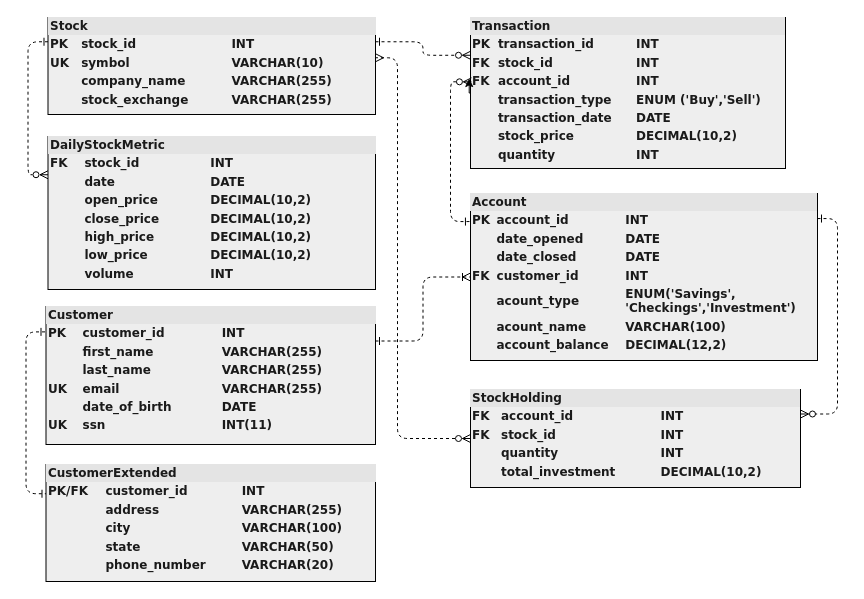
This is diagrams/database/database_.drawio from jaywhtlw45/Finance-Data-Management, a draw.io file, before an edit. Source tidied: cells renumbered, new cells numbered last; positions are measured from the earlier drawing's top-left corner, leaving out a move shared by most shapes. Both pictures are drawn from the tidied source at 100%, with x=0, y=0 at pixel (45, 17).
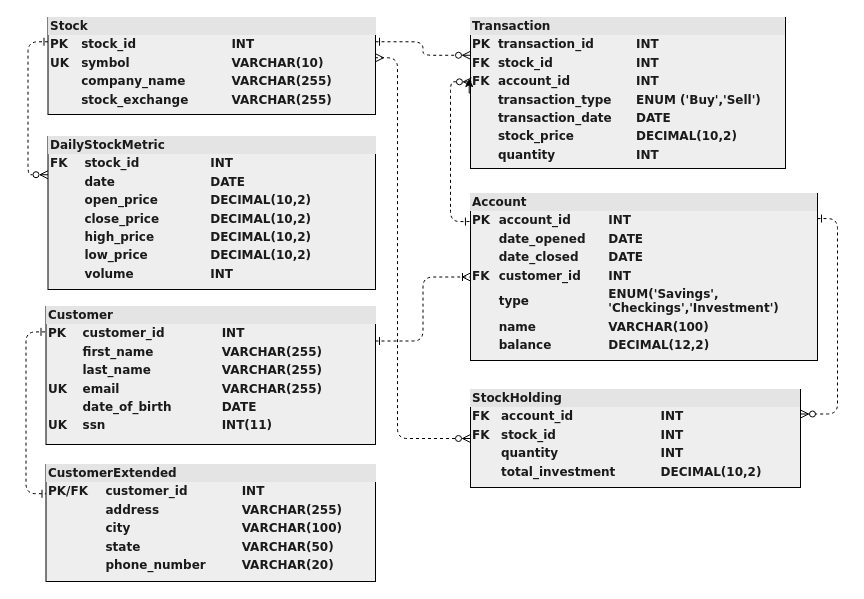
The same diagram, later.

Diff of the diagram source:
```diff
@@
-    <mxCell id="7" value="&lt;div style=&quot;box-sizing: border-box ; width: 100% ; background: #e4e4e4 ; padding: 2px&quot;&gt;Account&lt;/div&gt;&lt;table style=&quot;width: 100% ; font-size: 1em&quot; cellpadding=&quot;2&quot; cellspacing=&quot;0&quot;&gt;&lt;tbody&gt;&lt;tr&gt;&lt;td&gt;PK&lt;/td&gt;&lt;td&gt;account_id&lt;/td&gt;&lt;td&gt;INT&lt;/td&gt;&lt;/tr&gt;&lt;tr&gt;&lt;td&gt;&lt;br&gt;&lt;/td&gt;&lt;td&gt;date_opened&lt;/td&gt;&lt;td&gt;DATE&lt;/td&gt;&lt;/tr&gt;&lt;tr&gt;&lt;td&gt;&lt;br&gt;&lt;/td&gt;&lt;td&gt;date_closed&lt;/td&gt;&lt;td&gt;DATE&lt;/td&gt;&lt;/tr&gt;&lt;tr&gt;&lt;td&gt;FK&lt;/td&gt;&lt;td&gt;customer_id&lt;br&gt;&lt;/td&gt;&lt;td&gt;INT&lt;/td&gt;&lt;/tr&gt;&lt;tr&gt;&lt;td&gt;&lt;br&gt;&lt;/td&gt;&lt;td&gt;acount_type&lt;/td&gt;&lt;td&gt;ENUM('Savings',&lt;br&gt;'Checkings','Investment')&lt;br&gt;&lt;/td&gt;&lt;/tr&gt;&lt;tr&gt;&lt;td&gt;&lt;br&gt;&lt;/td&gt;&lt;td&gt;acount_name&lt;/td&gt;&lt;td&gt;VARCHAR(100)&lt;/td&gt;&lt;/tr&gt;&lt;tr&gt;&lt;td&gt;&lt;br&gt;&lt;/td&gt;&lt;td&gt;account_balance&lt;/td&gt;&lt;td&gt;DECIMAL(12,2)&lt;/td&gt;&lt;/tr&gt;&lt;tr&gt;&lt;td&gt;&lt;br&gt;&lt;/td&gt;&lt;td&gt;&lt;br&gt;&lt;/td&gt;&lt;td&gt;&lt;br&gt;&lt;/td&gt;&lt;/tr&gt;&lt;/tbody&gt;&lt;/table&gt;" style="verticalAlign=top;align=left;overflow=fill;html=1;rounded=0;shadow=0;comic=0;labelBackgroundColor=none;strokeWidth=1;fontFamily=Verdana;fontSize=12;fontStyle=1;fillColor=#EEEEEE;strokeColor=#000000;fontColor=#1A1A1A;" parent="1" vertex="1">
+    <mxCell id="7" value="&lt;div style=&quot;box-sizing: border-box ; width: 100% ; background: #e4e4e4 ; padding: 2px&quot;&gt;Account&lt;/div&gt;&lt;table style=&quot;width: 100% ; font-size: 1em&quot; cellpadding=&quot;2&quot; cellspacing=&quot;0&quot;&gt;&lt;tbody&gt;&lt;tr&gt;&lt;td&gt;PK&lt;/td&gt;&lt;td&gt;account_id&lt;/td&gt;&lt;td&gt;INT&lt;/td&gt;&lt;/tr&gt;&lt;tr&gt;&lt;td&gt;&lt;br&gt;&lt;/td&gt;&lt;td&gt;date_opened&lt;/td&gt;&lt;td&gt;DATE&lt;/td&gt;&lt;/tr&gt;&lt;tr&gt;&lt;td&gt;&lt;br&gt;&lt;/td&gt;&lt;td&gt;date_closed&lt;/td&gt;&lt;td&gt;DATE&lt;/td&gt;&lt;/tr&gt;&lt;tr&gt;&lt;td&gt;FK&lt;/td&gt;&lt;td&gt;customer_id&lt;br&gt;&lt;/td&gt;&lt;td&gt;INT&lt;/td&gt;&lt;/tr&gt;&lt;tr&gt;&lt;td&gt;&lt;br&gt;&lt;/td&gt;&lt;td&gt;type&lt;/td&gt;&lt;td&gt;ENUM('Savings',&lt;br&gt;'Checkings','Investment')&lt;br&gt;&lt;/td&gt;&lt;/tr&gt;&lt;tr&gt;&lt;td&gt;&lt;br&gt;&lt;/td&gt;&lt;td&gt;name&lt;/td&gt;&lt;td&gt;VARCHAR(100)&lt;/td&gt;&lt;/tr&gt;&lt;tr&gt;&lt;td&gt;&lt;br&gt;&lt;/td&gt;&lt;td&gt;balance&lt;/td&gt;&lt;td&gt;DECIMAL(12,2)&lt;/td&gt;&lt;/tr&gt;&lt;tr&gt;&lt;td&gt;&lt;br&gt;&lt;/td&gt;&lt;td&gt;&lt;br&gt;&lt;/td&gt;&lt;td&gt;&lt;br&gt;&lt;/td&gt;&lt;/tr&gt;&lt;/tbody&gt;&lt;/table&gt;" style="verticalAlign=top;align=left;overflow=fill;html=1;rounded=0;shadow=0;comic=0;labelBackgroundColor=none;strokeWidth=1;fontFamily=Verdana;fontSize=12;fontStyle=1;fillColor=#EEEEEE;strokeColor=#000000;fontColor=#1A1A1A;" parent="1" vertex="1">
       <mxGeometry x="425" y="176" width="347" height="167" as="geometry" />
     </mxCell>
```
